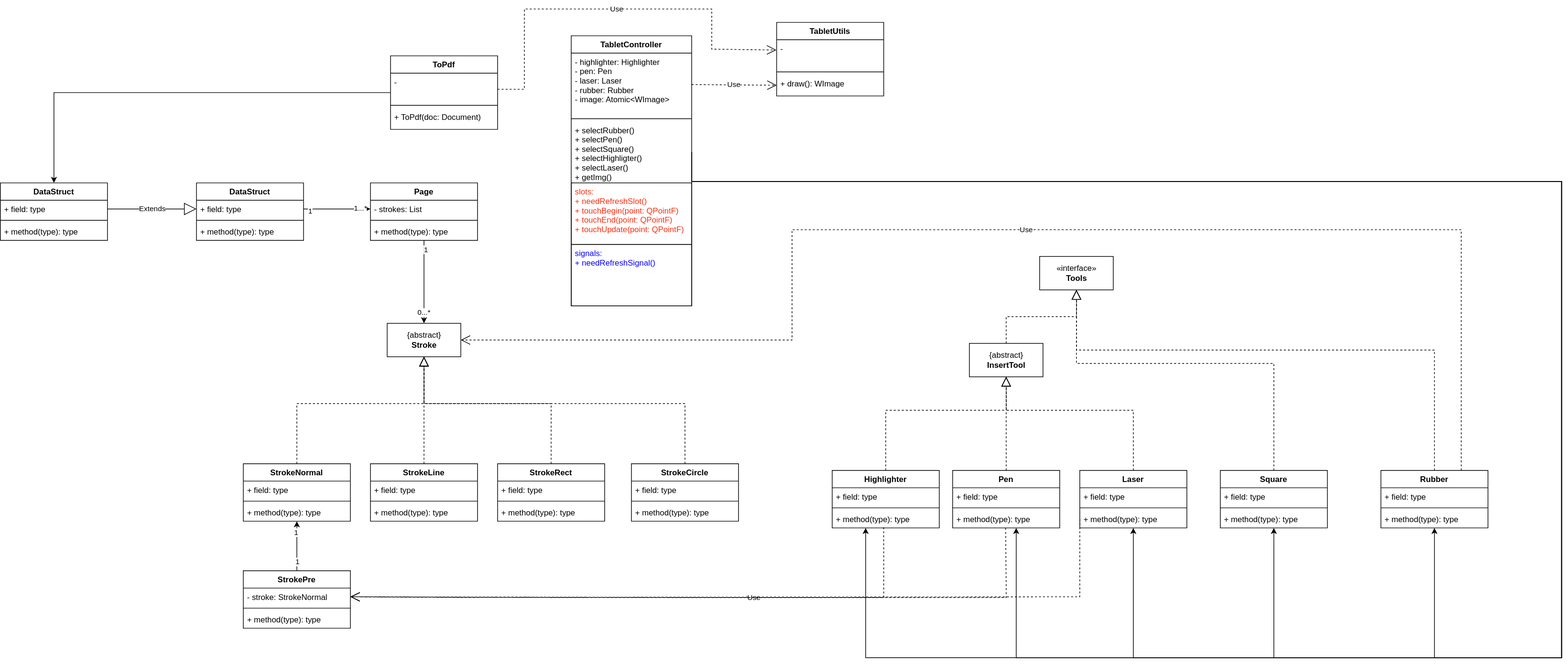
Above: uml/Model.svg in giacomogroppi/ui_qml (draw.io), before the change. Source tidied: cells renumbered, new cells last; positions are measured from the earlier drawing's top-left corner, leaving out a move shared by most shapes.
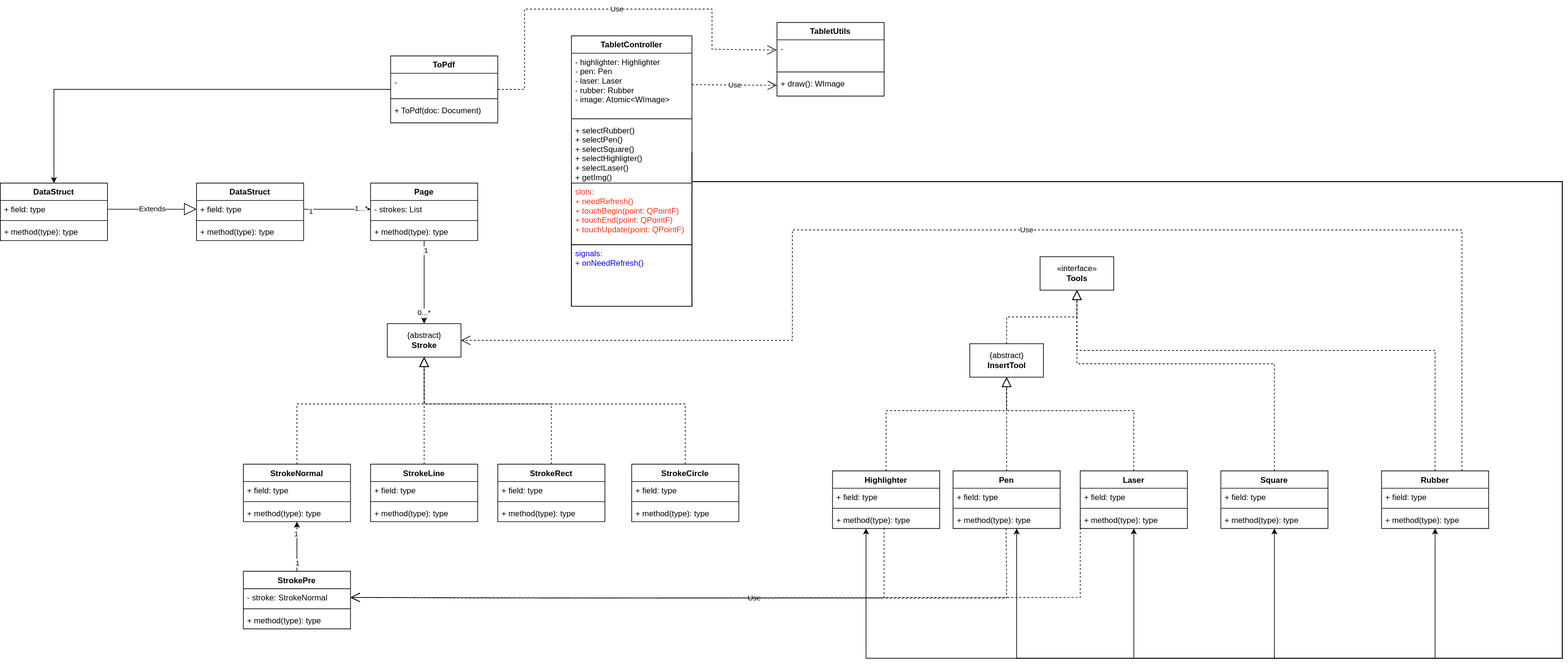
Later version of the same file.

Diff of the diagram source:
```diff
@@ -293,10 +293,10 @@
     <mxCell id="74" value="+ selectRubber()&#10;+ selectPen()&#10;+ selectSquare()&#10;+ selectHighligter()&#10;+ selectLaser()&#10;+ getImg()" style="text;strokeColor=none;fillColor=none;align=left;verticalAlign=top;spacingLeft=4;spacingRight=4;overflow=hidden;points=[[0,0.5],[1,0.5]];portConstraint=eastwest;" parent="71" vertex="1">
       <mxGeometry y="128" width="180" height="92" as="geometry" />
     </mxCell>
-    <mxCell id="75" value="slots:&#10;+ needRefreshSlot()&#10;+ touchBegin(point: QPointF)&#10;+ touchEnd(point: QPointF)&#10;+ touchUpdate(point: QPointF)&#10;" style="text;strokeColor=default;fillColor=none;align=left;verticalAlign=top;spacingLeft=4;spacingRight=4;overflow=hidden;fontColor=#FF2D0D;" parent="71" vertex="1">
+    <mxCell id="75" value="slots:&#10;+ needRefresh()&#10;+ touchBegin(point: QPointF)&#10;+ touchEnd(point: QPointF)&#10;+ touchUpdate(point: QPointF)&#10;" style="text;strokeColor=default;fillColor=none;align=left;verticalAlign=top;spacingLeft=4;spacingRight=4;overflow=hidden;fontColor=#FF2D0D;" parent="71" vertex="1">
       <mxGeometry y="220" width="180" height="92" as="geometry" />
     </mxCell>
-    <mxCell id="76" value="signals:&#10;+ needRefreshSignal()&#10;" style="text;strokeColor=default;fillColor=none;align=left;verticalAlign=top;spacingLeft=4;spacingRight=4;overflow=hidden;fontColor=#0800FF;" parent="71" vertex="1">
+    <mxCell id="76" value="signals:&#10;+ onNeedRefresh()&#10;" style="text;strokeColor=default;fillColor=none;align=left;verticalAlign=top;spacingLeft=4;spacingRight=4;overflow=hidden;fontColor=#0800FF;" parent="71" vertex="1">
       <mxGeometry y="312" width="180" height="92" as="geometry" />
     </mxCell>
     <mxCell id="77" value="Square" style="swimlane;fontStyle=1;align=center;verticalAlign=top;horizontal=1;startSize=26;" parent="1" vertex="1">
@@ -388,16 +388,16 @@
       <mxGeometry relative="1" as="geometry" />
     </mxCell>
     <mxCell id="92" value="ToPdf" style="swimlane;fontStyle=1;align=center;verticalAlign=top;horizontal=1;startSize=26;" parent="1" vertex="1">
-      <mxGeometry x="583" y="70" width="160" height="110" as="geometry" />
+      <mxGeometry x="583" y="70" width="160" height="100" as="geometry" />
     </mxCell>
-    <mxCell id="93" value="-&#10;" style="text;strokeColor=none;fillColor=none;align=left;verticalAlign=top;spacingLeft=4;spacingRight=4;overflow=hidden;" parent="92" vertex="1">
-      <mxGeometry y="26" width="160" height="44" as="geometry" />
+    <mxCell id="93" value="-" style="text;strokeColor=none;fillColor=none;align=left;verticalAlign=top;spacingLeft=4;spacingRight=4;overflow=hidden;" parent="92" vertex="1">
+      <mxGeometry y="26" width="160" height="34" as="geometry" />
     </mxCell>
     <mxCell id="94" style="line;strokeWidth=1;fillColor=none;align=left;verticalAlign=middle;spacingTop=-1;spacingLeft=3;spacingRight=3;labelPosition=right;strokeColor=inherit;" parent="92" vertex="1">
-      <mxGeometry y="70" width="160" height="8" as="geometry" />
+      <mxGeometry y="60" width="160" height="8" as="geometry" />
     </mxCell>
     <mxCell id="95" value="+ ToPdf(doc: Document)" style="text;strokeColor=none;fillColor=none;align=left;verticalAlign=top;spacingLeft=4;spacingRight=4;overflow=hidden;" parent="92" vertex="1">
-      <mxGeometry y="78" width="160" height="32" as="geometry" />
+      <mxGeometry y="68" width="160" height="32" as="geometry" />
     </mxCell>
     <mxCell id="96" value="DataStruct" style="swimlane;fontStyle=1;align=center;verticalAlign=top;horizontal=1;startSize=26;" parent="1" vertex="1">
       <mxGeometry y="260" width="160" height="86" as="geometry" />
```
